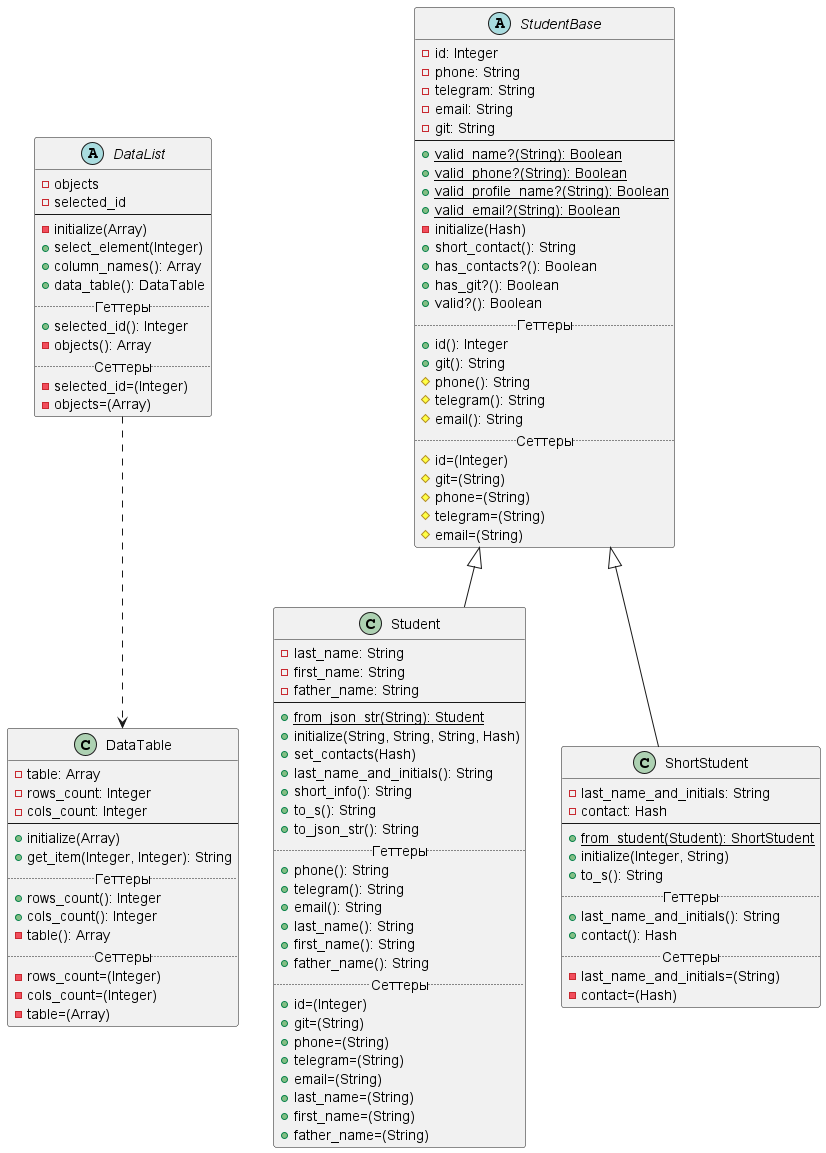
This is Diagrams/lab2.png from r1411/PatternsLabs, a PlantUML export, as it was before one commit.
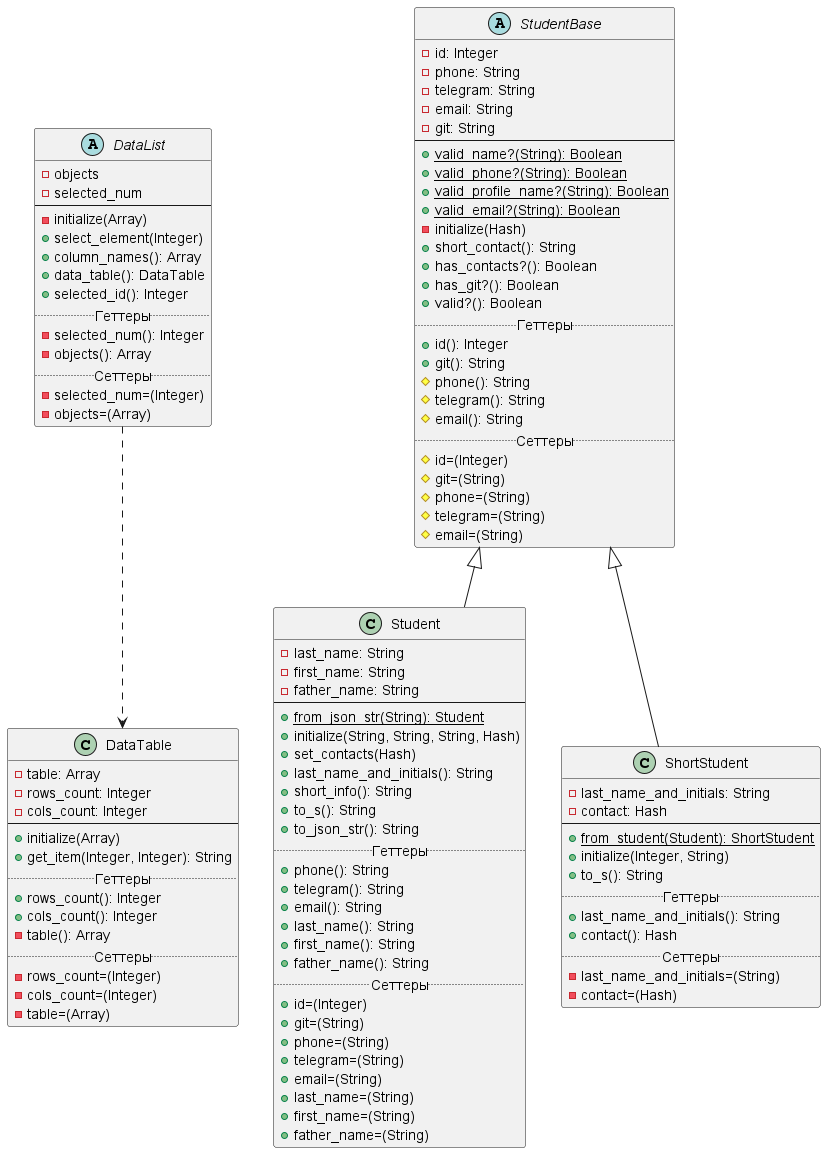
After the commit.

What changed in the source:
```diff
@@ -96,17 +96,18 @@
 
 abstract class DataList {
     -objects
-    -selected_id
+    -selected_num
     --
     -initialize(Array)
     +select_element(Integer)
     +column_names(): Array
     +data_table(): DataTable
+    +selected_id(): Integer
     .. Геттеры ..
-    +selected_id(): Integer
+    -selected_num(): Integer
     -objects(): Array
     .. Сеттеры ..
-    -selected_id=(Integer)
+    -selected_num=(Integer)
     -objects=(Array)
 }
 
```
